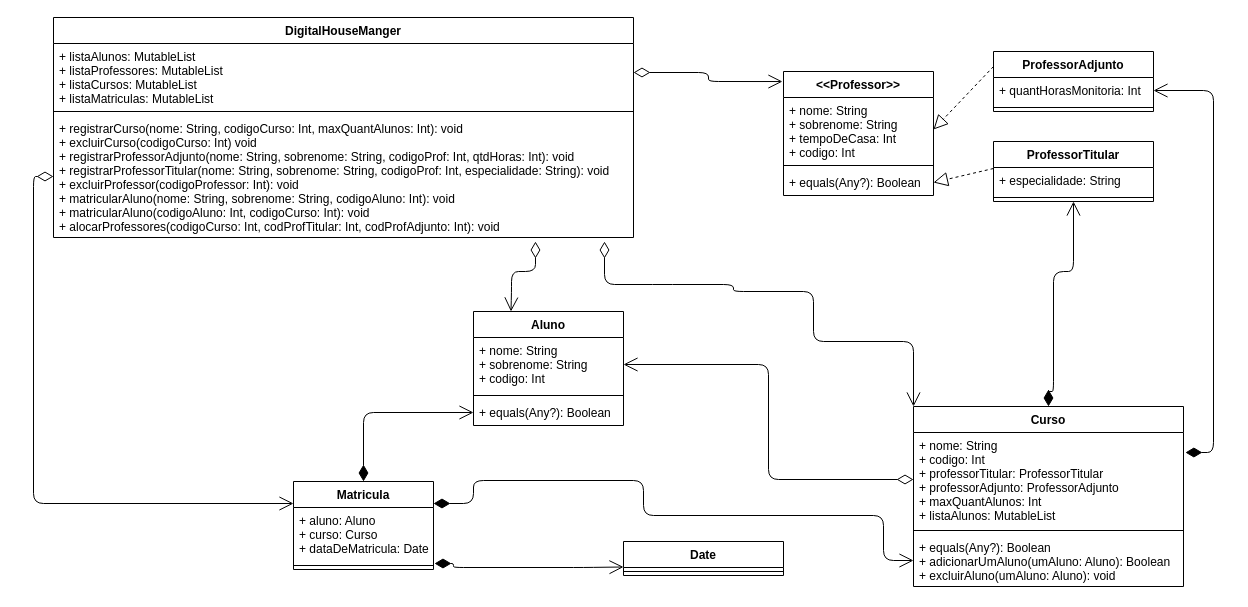
The draw.io diagram UML-Desafio.drawio in GustavoSantos25/DesafioM-duloKotlin, before the edit. Source tidied: cells renumbered, new cells numbered last; positions are measured from the earlier drawing's top-left corner, leaving out a move shared by most shapes. Both pictures are drawn from the tidied source at 100%, with x=0, y=0 at pixel (33, 17).
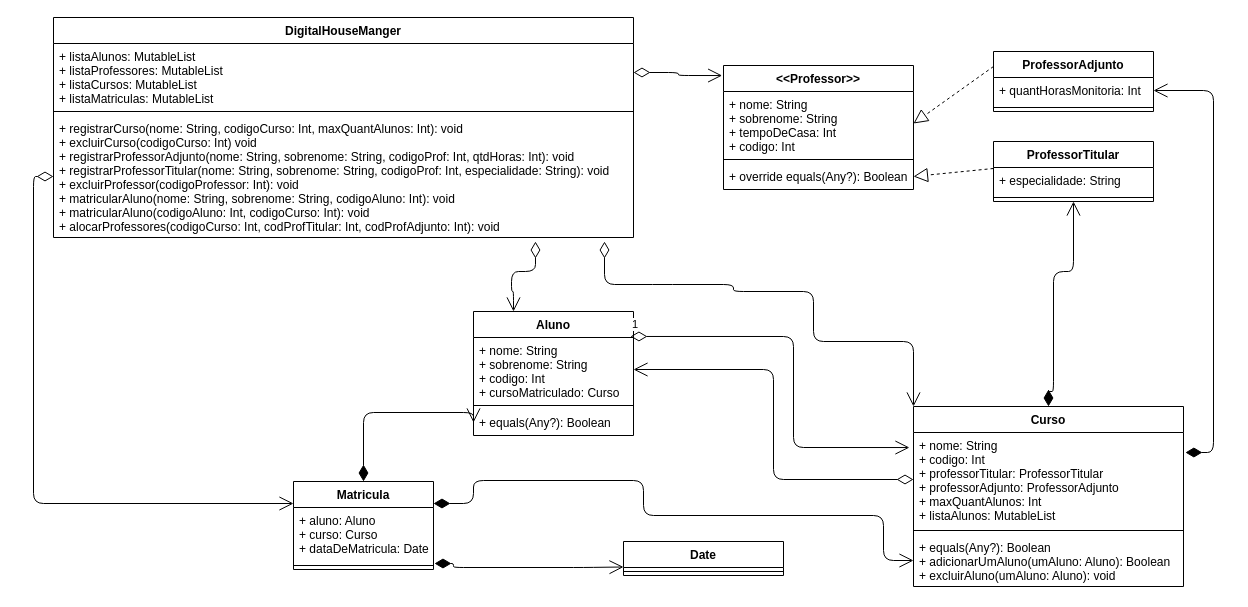
Above is the later version.

Commit message:
Última alterações no UML

The change refers to these unchanged cells:
```xml
<mxCell id="31" value="+ nome: String&#10;+ codigo: Int&#10;+ professorTitular: ProfessorTitular&#10;+ professorAdjunto: ProfessorAdjunto&#10;+ maxQuantAlunos: Int&#10;+ listaAlunos: MutableList" style="text;strokeColor=none;fillColor=none;align=left;verticalAlign=top;spacingLeft=4;spacingRight=4;overflow=hidden;points=[[0,0.5],[1,0.5]];portConstraint=eastwest;" parent="30" vertex="1">
  <mxGeometry y="26" width="270" height="94" as="geometry" />
</mxCell>
```

The edit, as a diff of the source:
```diff
@@
     <mxCell id="26" value="Aluno" style="swimlane;fontStyle=1;align=center;verticalAlign=top;horizontal=1;startSize=26;" parent="1" vertex="1">
-      <mxGeometry x="440" y="294" width="150" height="114" as="geometry" />
+      <mxGeometry x="440" y="294" width="160" height="124" as="geometry" />
     </mxCell>
-    <mxCell id="27" value="+ nome: String&#10;+ sobrenome: String&#10;+ codigo: Int" style="text;strokeColor=none;fillColor=none;align=left;verticalAlign=top;spacingLeft=4;spacingRight=4;overflow=hidden;points=[[0,0.5],[1,0.5]];portConstraint=eastwest;" parent="26" vertex="1">
-      <mxGeometry y="26" width="150" height="54" as="geometry" />
+    <mxCell id="27" value="+ nome: String&#10;+ sobrenome: String&#10;+ codigo: Int&#10;+ cursoMatriculado: Curso" style="text;strokeColor=none;fillColor=none;align=left;verticalAlign=top;spacingLeft=4;spacingRight=4;overflow=hidden;points=[[0,0.5],[1,0.5]];portConstraint=eastwest;" parent="26" vertex="1">
+      <mxGeometry y="26" width="160" height="64" as="geometry" />
     </mxCell>
     <mxCell id="28" style="line;strokeWidth=1;fillColor=none;align=left;verticalAlign=middle;spacingTop=-1;spacingLeft=3;spacingRight=3;labelPosition=right;" parent="26" vertex="1">
-      <mxGeometry y="80" width="150" height="8" as="geometry" />
+      <mxGeometry y="90" width="160" height="8" as="geometry" />
     </mxCell>
     <mxCell id="29" value="+ equals(Any?): Boolean" style="text;strokeColor=none;fillColor=none;align=left;verticalAlign=top;spacingLeft=4;spacingRight=4;overflow=hidden;points=[[0,0.5],[1,0.5]];portConstraint=eastwest;" parent="26" vertex="1">
-      <mxGeometry y="88" width="150" height="26" as="geometry" />
+      <mxGeometry y="98" width="160" height="26" as="geometry" />
     </mxCell>
@@
     <mxCell id="37" value="&lt;&lt;Professor&gt;&gt;" style="swimlane;fontStyle=1;align=center;verticalAlign=top;horizontal=1;startSize=26;" parent="1" vertex="1">
-      <mxGeometry x="750" y="54" width="150" height="124" as="geometry" />
+      <mxGeometry x="690" y="48" width="190" height="124" as="geometry" />
     </mxCell>
     <mxCell id="38" value="+ nome: String&#10;+ sobrenome: String&#10;+ tempoDeCasa: Int&#10;+ codigo: Int" style="text;strokeColor=none;fillColor=none;align=left;verticalAlign=top;spacingLeft=4;spacingRight=4;overflow=hidden;points=[[0,0.5],[1,0.5]];portConstraint=eastwest;" parent="37" vertex="1">
-      <mxGeometry y="26" width="150" height="64" as="geometry" />
+      <mxGeometry y="26" width="190" height="64" as="geometry" />
     </mxCell>
     <mxCell id="39" style="line;strokeWidth=1;fillColor=none;align=left;verticalAlign=middle;spacingTop=-1;spacingLeft=3;spacingRight=3;labelPosition=right;" parent="37" vertex="1">
-      <mxGeometry y="90" width="150" height="8" as="geometry" />
+      <mxGeometry y="90" width="190" height="8" as="geometry" />
     </mxCell>
-    <mxCell id="40" value="+ equals(Any?): Boolean" style="text;strokeColor=none;fillColor=none;align=left;verticalAlign=top;spacingLeft=4;spacingRight=4;overflow=hidden;points=[[0,0.5],[1,0.5]];portConstraint=eastwest;" parent="37" vertex="1">
-      <mxGeometry y="98" width="150" height="26" as="geometry" />
+    <mxCell id="40" value="+ override equals(Any?): Boolean" style="text;strokeColor=none;fillColor=none;align=left;verticalAlign=top;spacingLeft=4;spacingRight=4;overflow=hidden;points=[[0,0.5],[1,0.5]];portConstraint=eastwest;" parent="37" vertex="1">
+      <mxGeometry y="98" width="190" height="26" as="geometry" />
     </mxCell>
+    <mxCell id="41" value="1" style="endArrow=open;html=1;endSize=12;startArrow=diamondThin;startSize=14;startFill=0;edgeStyle=orthogonalEdgeStyle;align=left;verticalAlign=bottom;exitX=0.981;exitY=-0.016;exitDx=0;exitDy=0;exitPerimeter=0;entryX=-0.015;entryY=0.16;entryDx=0;entryDy=0;entryPerimeter=0;" parent="1" edge="1" source="27" target="31">
+      <mxGeometry x="-1" y="3" relative="1" as="geometry">
+        <Array as="points">
+          <mxPoint x="760" y="319" />
+          <mxPoint x="760" y="430" />
+        </Array>
+      </mxGeometry>
+    </mxCell>
```
